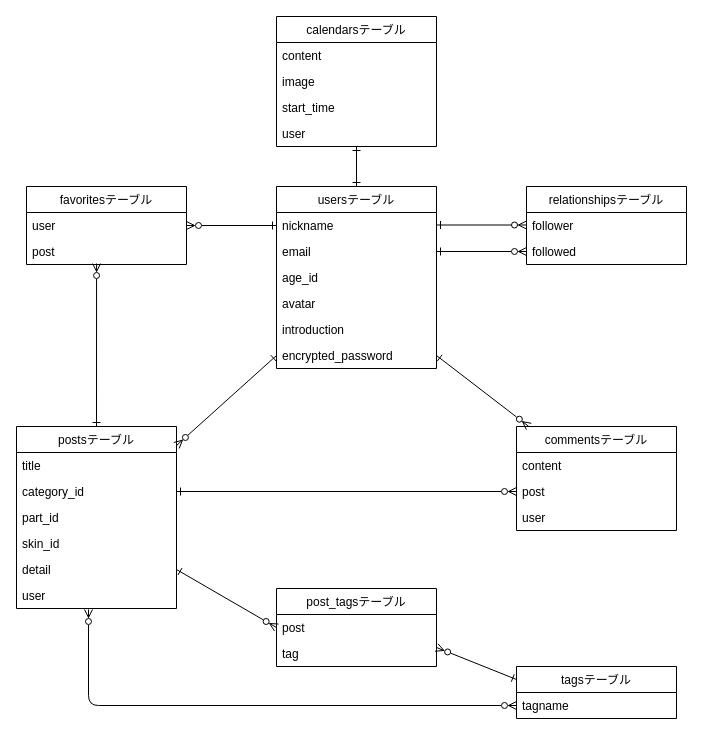
Earlier version of the draw.io diagram db.dio (rilleague/portfolio). Source tidied: cells renumbered, new cells numbered last; positions are measured from the earlier drawing's top-left corner, leaving out a move shared by most shapes. Both pictures are drawn from the tidied source at 100%, with x=0, y=0 at pixel (16, 16).
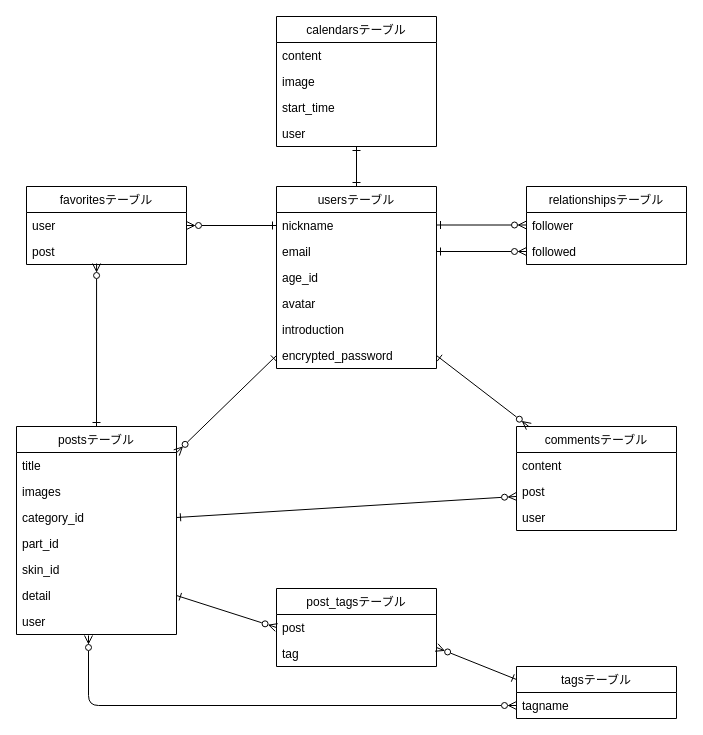
The same diagram, later.

Commit message:
postsテーブルにimagesカラムを追加

The edit, as a diff of the source:
```diff
@@
     <mxCell id="21" value="postsテーブル" style="swimlane;fontStyle=0;horizontal=1;startSize=26;fillColor=none;" parent="1" vertex="1">
-      <mxGeometry y="410" width="160" height="182" as="geometry" />
+      <mxGeometry y="410" width="160" height="208" as="geometry" />
     </mxCell>
@@
+    <mxCell id="47" value="images" style="text;strokeColor=none;fillColor=none;align=left;verticalAlign=top;spacingLeft=4;spacingRight=4;overflow=hidden;" parent="21" vertex="1">
+      <mxGeometry y="52" width="160" height="26" as="geometry" />
+    </mxCell>
     <mxCell id="23" value="category_id" style="text;strokeColor=none;fillColor=none;align=left;verticalAlign=top;spacingLeft=4;spacingRight=4;overflow=hidden;points=[[0,0.5],[1,0.5]];portConstraint=eastwest;" parent="21" vertex="1">
-      <mxGeometry y="52" width="160" height="26" as="geometry" />
+      <mxGeometry y="78" width="160" height="26" as="geometry" />
     </mxCell>
     <mxCell id="24" value="part_id" style="text;strokeColor=none;fillColor=none;align=left;verticalAlign=top;spacingLeft=4;spacingRight=4;overflow=hidden;" parent="21" vertex="1">
-      <mxGeometry y="78" width="160" height="26" as="geometry" />
+      <mxGeometry y="104" width="160" height="26" as="geometry" />
     </mxCell>
     <mxCell id="25" value="skin_id" style="text;strokeColor=none;fillColor=none;align=left;verticalAlign=top;spacingLeft=4;spacingRight=4;overflow=hidden;" parent="21" vertex="1">
-      <mxGeometry y="104" width="160" height="26" as="geometry" />
+      <mxGeometry y="130" width="160" height="26" as="geometry" />
     </mxCell>
     <mxCell id="26" value="detail" style="text;strokeColor=none;fillColor=none;align=left;verticalAlign=top;spacingLeft=4;spacingRight=4;overflow=hidden;points=[[0,0.5],[1,0.5]];portConstraint=eastwest;" parent="21" vertex="1">
-      <mxGeometry y="130" width="160" height="26" as="geometry" />
+      <mxGeometry y="156" width="160" height="26" as="geometry" />
     </mxCell>
     <mxCell id="27" value="user" style="text;strokeColor=none;fillColor=none;align=left;verticalAlign=top;spacingLeft=4;spacingRight=4;overflow=hidden;points=[[0,0.5],[1,0.5]];portConstraint=eastwest;" parent="21" vertex="1">
-      <mxGeometry y="156" width="160" height="26" as="geometry" />
+      <mxGeometry y="182" width="160" height="26" as="geometry" />
     </mxCell>
```
